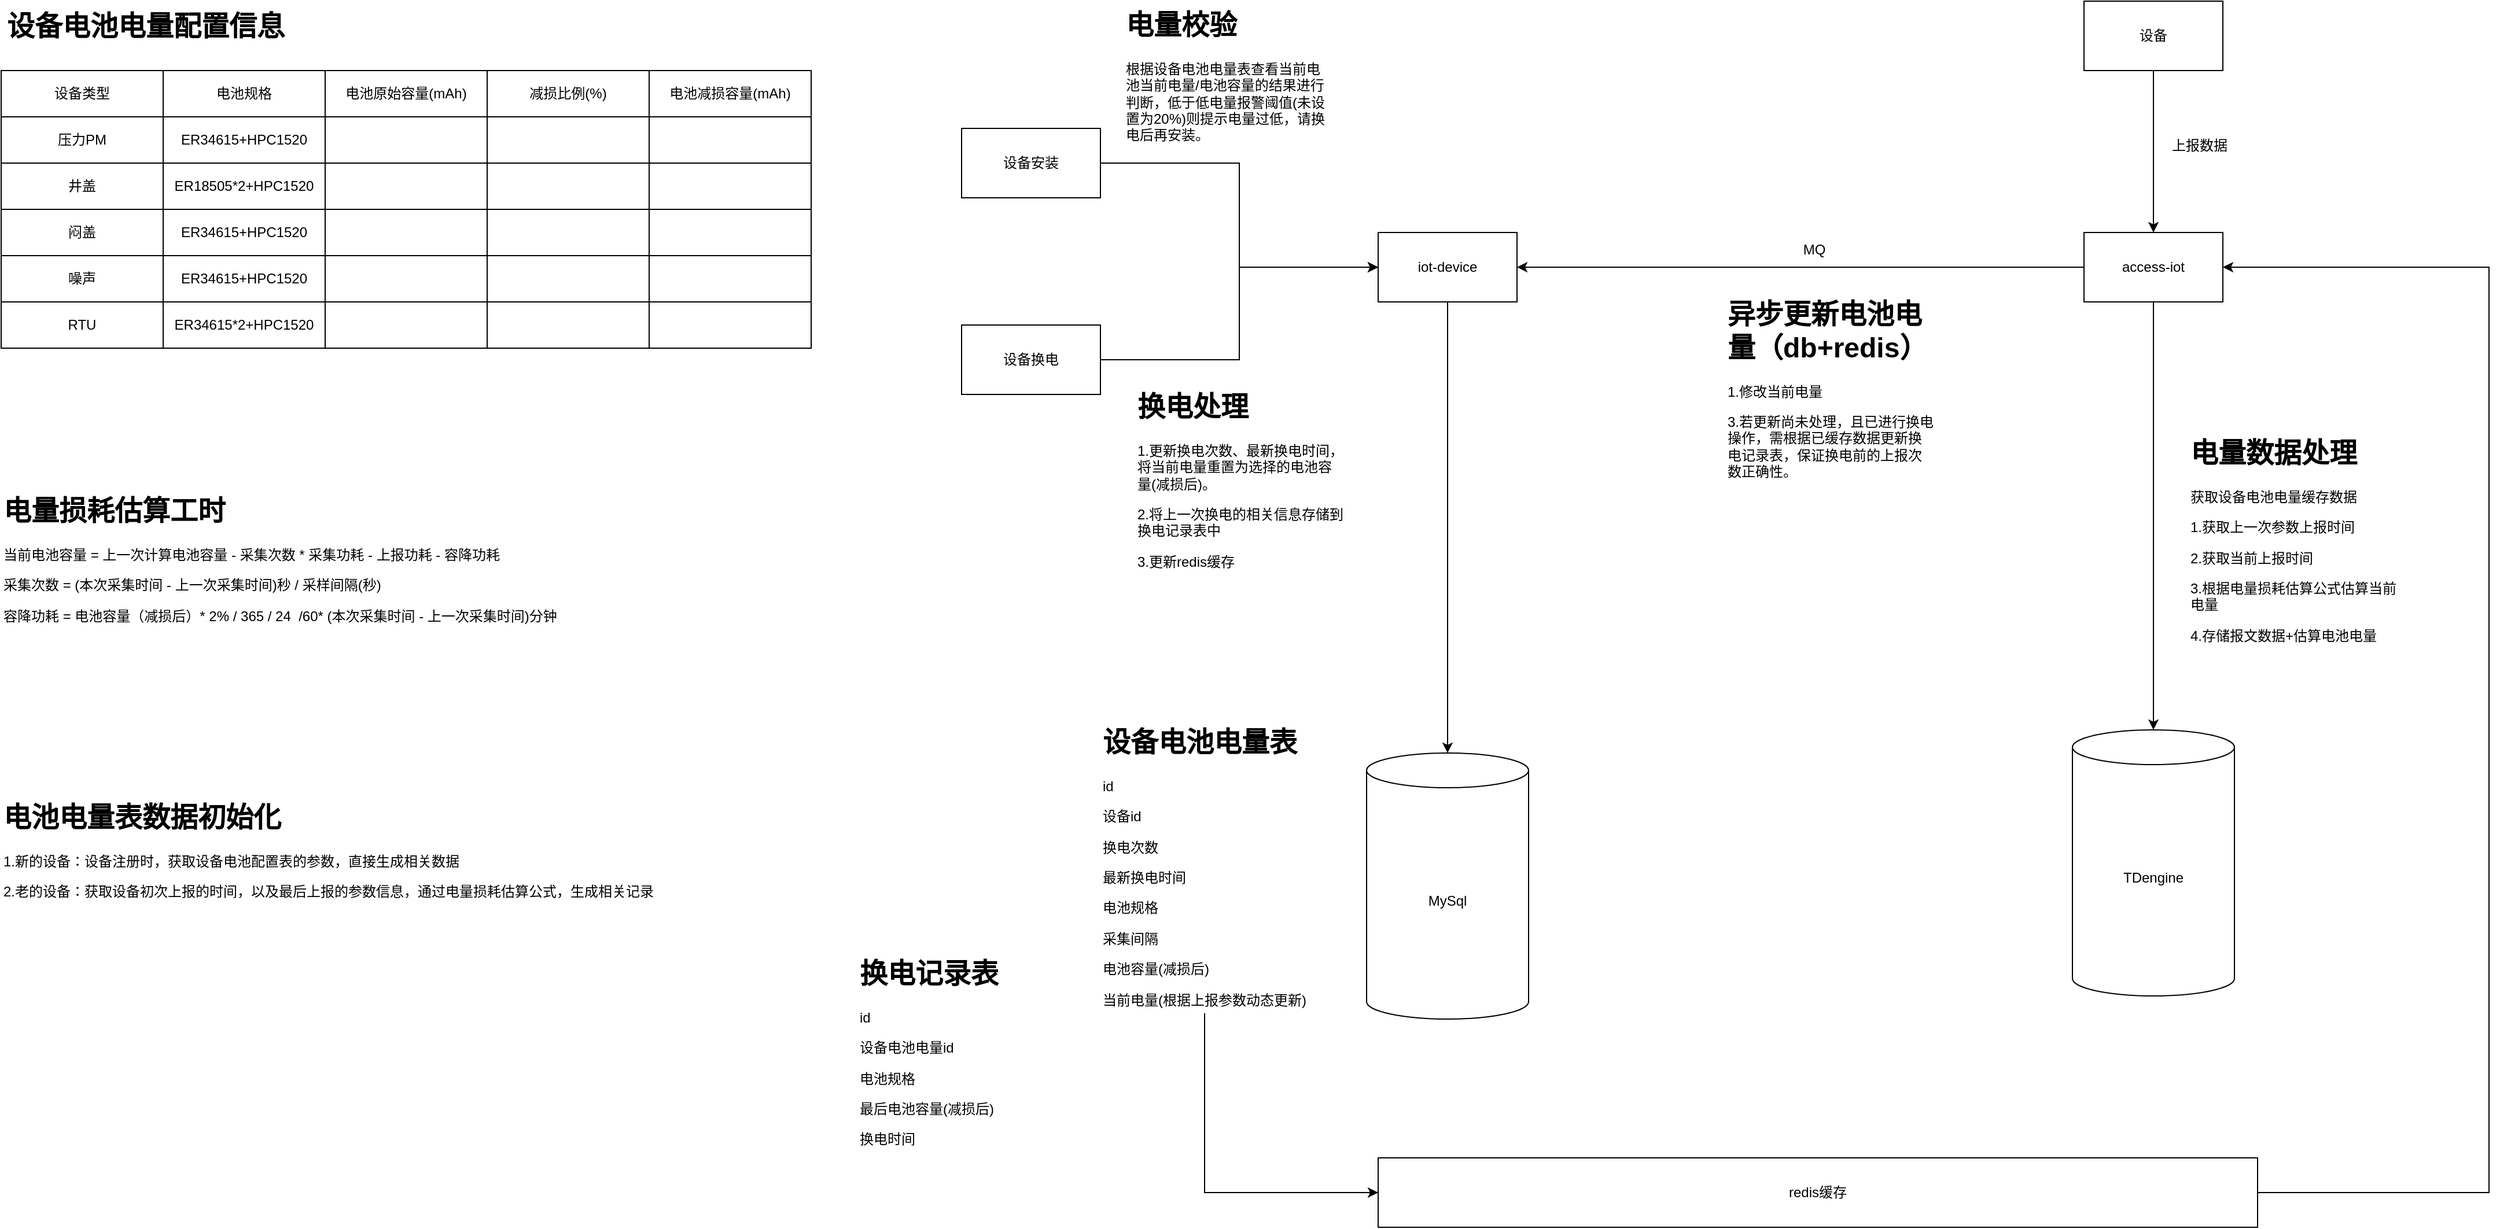
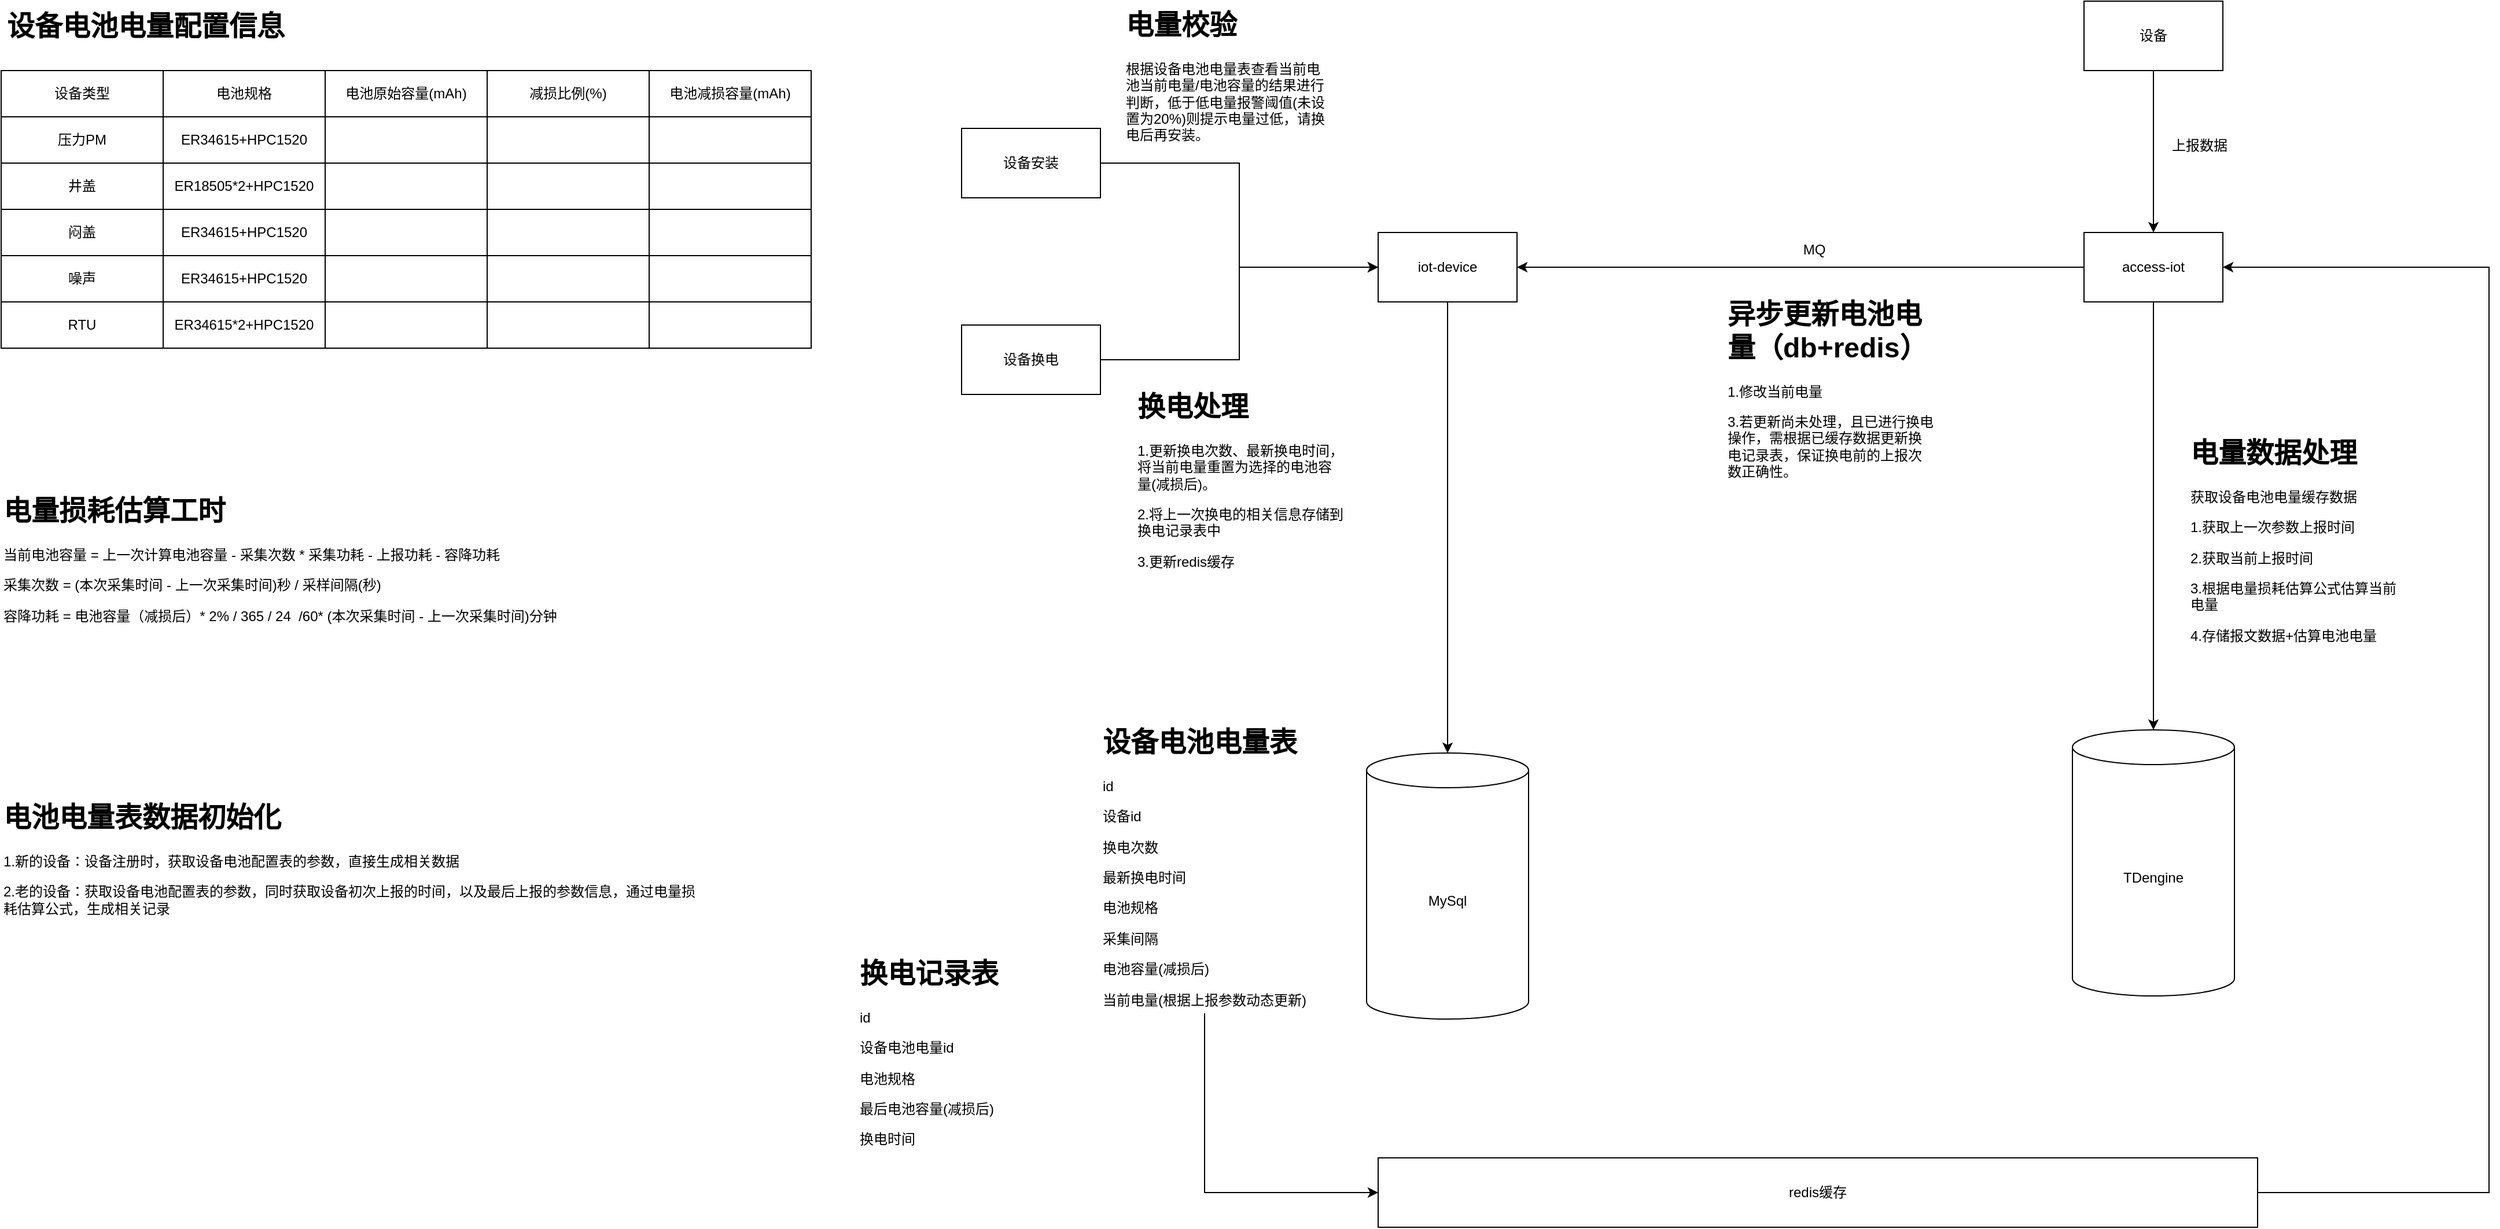
<mxfile host="app.diagrams.net">
  <diagram name="第 1 页" id="CJTt0Y1e_nSTC3EHAazc">
    <mxGraphModel dx="2046" dy="1106" grid="1" gridSize="10" guides="1" tooltips="1" connect="1" arrows="1" fold="1" page="1" pageScale="1" pageWidth="827" pageHeight="1169" math="0" shadow="0">
      <root>
        <mxCell id="0" />
        <mxCell id="1" parent="0" />
        <mxCell id="PJUP-OBpyC3OTBr9TddZ-1" edge="1" parent="1" source="PJUP-OBpyC3OTBr9TddZ-2" style="edgeStyle=orthogonalEdgeStyle;rounded=0;orthogonalLoop=1;jettySize=auto;html=1;exitX=0.5;exitY=1;exitDx=0;exitDy=0;" target="PJUP-OBpyC3OTBr9TddZ-6">
          <mxGeometry relative="1" as="geometry" />
        </mxCell>
        <mxCell id="PJUP-OBpyC3OTBr9TddZ-2" parent="1" style="rounded=0;whiteSpace=wrap;html=1;" value="iot-device" vertex="1">
          <mxGeometry height="60" width="120" x="1560" y="530" as="geometry" />
        </mxCell>
        <mxCell id="PJUP-OBpyC3OTBr9TddZ-3" edge="1" parent="1" source="PJUP-OBpyC3OTBr9TddZ-5" style="edgeStyle=orthogonalEdgeStyle;rounded=0;orthogonalLoop=1;jettySize=auto;html=1;exitX=0;exitY=0.5;exitDx=0;exitDy=0;entryX=1;entryY=0.5;entryDx=0;entryDy=0;" target="PJUP-OBpyC3OTBr9TddZ-2">
          <mxGeometry relative="1" as="geometry" />
        </mxCell>
        <mxCell id="PJUP-OBpyC3OTBr9TddZ-4" edge="1" parent="1" source="PJUP-OBpyC3OTBr9TddZ-5" style="edgeStyle=orthogonalEdgeStyle;rounded=0;orthogonalLoop=1;jettySize=auto;html=1;exitX=0.5;exitY=1;exitDx=0;exitDy=0;" target="PJUP-OBpyC3OTBr9TddZ-7">
          <mxGeometry relative="1" as="geometry" />
        </mxCell>
        <mxCell id="PJUP-OBpyC3OTBr9TddZ-5" parent="1" style="rounded=0;whiteSpace=wrap;html=1;" value="access-iot" vertex="1">
          <mxGeometry height="60" width="120" x="2170" y="530" as="geometry" />
        </mxCell>
        <mxCell id="PJUP-OBpyC3OTBr9TddZ-6" parent="1" style="shape=cylinder3;whiteSpace=wrap;html=1;boundedLbl=1;backgroundOutline=1;size=15;" value="MySql" vertex="1">
          <mxGeometry height="230" width="140" x="1550" y="980" as="geometry" />
        </mxCell>
        <mxCell id="PJUP-OBpyC3OTBr9TddZ-7" parent="1" style="shape=cylinder3;whiteSpace=wrap;html=1;boundedLbl=1;backgroundOutline=1;size=15;" value="TDengine" vertex="1">
          <mxGeometry height="230" width="140" x="2160" y="960" as="geometry" />
        </mxCell>
        <mxCell id="PJUP-OBpyC3OTBr9TddZ-8" parent="1" style="text;html=1;whiteSpace=wrap;strokeColor=none;fillColor=none;align=center;verticalAlign=middle;rounded=0;" value="MQ" vertex="1">
          <mxGeometry height="30" width="60" x="1907" y="530" as="geometry" />
        </mxCell>
        <mxCell id="PJUP-OBpyC3OTBr9TddZ-9" edge="1" parent="1" source="PJUP-OBpyC3OTBr9TddZ-10" style="edgeStyle=orthogonalEdgeStyle;rounded=0;orthogonalLoop=1;jettySize=auto;html=1;exitX=0.5;exitY=1;exitDx=0;exitDy=0;entryX=0;entryY=0.5;entryDx=0;entryDy=0;" target="PJUP-OBpyC3OTBr9TddZ-12">
          <mxGeometry relative="1" as="geometry" />
        </mxCell>
        <mxCell id="PJUP-OBpyC3OTBr9TddZ-10" parent="1" style="text;html=1;whiteSpace=wrap;overflow=hidden;rounded=0;" value="&lt;h1 style=&quot;margin-top: 0px;&quot;&gt;设备电池电量表&lt;/h1&gt;&lt;p&gt;id&lt;/p&gt;&lt;p&gt;设备id&lt;/p&gt;&lt;p&gt;换电次数&lt;/p&gt;&lt;p&gt;最新换电时间&lt;/p&gt;&lt;p&gt;电池规格&lt;/p&gt;&lt;p&gt;采集间隔&lt;/p&gt;&lt;p&gt;电池容量(减损后)&lt;/p&gt;&lt;p&gt;当前电量(&lt;span style=&quot;background-color: transparent; color: light-dark(rgb(0, 0, 0), rgb(255, 255, 255));&quot;&gt;根据上报参数动态更新&lt;/span&gt;&lt;span style=&quot;background-color: transparent; color: light-dark(rgb(0, 0, 0), rgb(255, 255, 255));&quot;&gt;)&lt;/span&gt;&lt;/p&gt;" vertex="1">
          <mxGeometry height="255" width="180" x="1320" y="950" as="geometry" />
        </mxCell>
        <mxCell id="PJUP-OBpyC3OTBr9TddZ-11" edge="1" parent="1" source="PJUP-OBpyC3OTBr9TddZ-12" style="edgeStyle=orthogonalEdgeStyle;rounded=0;orthogonalLoop=1;jettySize=auto;html=1;exitX=1;exitY=0.5;exitDx=0;exitDy=0;entryX=1;entryY=0.5;entryDx=0;entryDy=0;" target="PJUP-OBpyC3OTBr9TddZ-5">
          <mxGeometry relative="1" as="geometry">
            <Array as="points">
              <mxPoint x="2520" y="1360" />
              <mxPoint x="2520" y="560" />
            </Array>
          </mxGeometry>
        </mxCell>
        <mxCell id="PJUP-OBpyC3OTBr9TddZ-12" parent="1" style="rounded=0;whiteSpace=wrap;html=1;" value="redis缓存" vertex="1">
          <mxGeometry height="60" width="760" x="1560" y="1330" as="geometry" />
        </mxCell>
        <mxCell id="PJUP-OBpyC3OTBr9TddZ-13" edge="1" parent="1" source="PJUP-OBpyC3OTBr9TddZ-14" style="edgeStyle=orthogonalEdgeStyle;rounded=0;orthogonalLoop=1;jettySize=auto;html=1;exitX=0.5;exitY=1;exitDx=0;exitDy=0;entryX=0.5;entryY=0;entryDx=0;entryDy=0;" target="PJUP-OBpyC3OTBr9TddZ-5">
          <mxGeometry relative="1" as="geometry" />
        </mxCell>
        <mxCell id="PJUP-OBpyC3OTBr9TddZ-14" parent="1" style="rounded=0;whiteSpace=wrap;html=1;" value="设备" vertex="1">
          <mxGeometry height="60" width="120" x="2170" y="330" as="geometry" />
        </mxCell>
        <mxCell id="PJUP-OBpyC3OTBr9TddZ-15" parent="1" style="text;html=1;whiteSpace=wrap;strokeColor=none;fillColor=none;align=center;verticalAlign=middle;rounded=0;" value="上报数据" vertex="1">
          <mxGeometry height="30" width="60" x="2240" y="440" as="geometry" />
        </mxCell>
        <mxCell id="PJUP-OBpyC3OTBr9TddZ-16" parent="1" style="text;html=1;whiteSpace=wrap;overflow=hidden;rounded=0;" value="&lt;h1 style=&quot;margin-top: 0px;&quot;&gt;电量数据处理&lt;/h1&gt;&lt;p&gt;获取设备电池电量缓存数据&lt;/p&gt;&lt;p&gt;1.获取上一次参数上报时间&lt;/p&gt;&lt;p&gt;2.获取当前上报时间&lt;/p&gt;&lt;p&gt;3.根据电量损耗估算公式估算当前电量&lt;/p&gt;&lt;p&gt;4.存储报文数据+估算电池电量&lt;/p&gt;&lt;p&gt;&lt;br&gt;&lt;/p&gt;&lt;p&gt;&lt;br&gt;&lt;/p&gt;" vertex="1">
          <mxGeometry height="250" width="180" x="2260" y="700" as="geometry" />
        </mxCell>
        <mxCell id="PJUP-OBpyC3OTBr9TddZ-17" edge="1" parent="1" source="PJUP-OBpyC3OTBr9TddZ-18" style="edgeStyle=orthogonalEdgeStyle;rounded=0;orthogonalLoop=1;jettySize=auto;html=1;exitX=1;exitY=0.5;exitDx=0;exitDy=0;entryX=0;entryY=0.5;entryDx=0;entryDy=0;" target="PJUP-OBpyC3OTBr9TddZ-2">
          <mxGeometry relative="1" as="geometry" />
        </mxCell>
        <mxCell id="PJUP-OBpyC3OTBr9TddZ-18" parent="1" style="rounded=0;whiteSpace=wrap;html=1;" value="设备安装" vertex="1">
          <mxGeometry height="60" width="120" x="1200" y="440" as="geometry" />
        </mxCell>
        <mxCell id="PJUP-OBpyC3OTBr9TddZ-19" edge="1" parent="1" source="PJUP-OBpyC3OTBr9TddZ-20" style="edgeStyle=orthogonalEdgeStyle;rounded=0;orthogonalLoop=1;jettySize=auto;html=1;exitX=1;exitY=0.5;exitDx=0;exitDy=0;entryX=0;entryY=0.5;entryDx=0;entryDy=0;" target="PJUP-OBpyC3OTBr9TddZ-2">
          <mxGeometry relative="1" as="geometry" />
        </mxCell>
        <mxCell id="PJUP-OBpyC3OTBr9TddZ-20" parent="1" style="rounded=0;whiteSpace=wrap;html=1;" value="设备换电" vertex="1">
          <mxGeometry height="60" width="120" x="1200" y="610" as="geometry" />
        </mxCell>
        <mxCell id="PJUP-OBpyC3OTBr9TddZ-21" parent="1" style="text;html=1;whiteSpace=wrap;overflow=hidden;rounded=0;" value="&lt;h1 style=&quot;margin-top: 0px;&quot;&gt;电量校验&lt;/h1&gt;&lt;p&gt;根据设备电池电量表查看当前电池当前电量/电池容量的结果进行判断，低于低电量报警阈值&lt;span style=&quot;background-color: transparent; color: light-dark(rgb(0, 0, 0), rgb(255, 255, 255));&quot;&gt;(未设置为20%)&lt;/span&gt;&lt;span style=&quot;background-color: transparent; color: light-dark(rgb(0, 0, 0), rgb(255, 255, 255));&quot;&gt;则提示电量过低，请换电后再安装。&lt;/span&gt;&lt;/p&gt;" vertex="1">
          <mxGeometry height="150" width="180" x="1340" y="330" as="geometry" />
        </mxCell>
        <mxCell id="PJUP-OBpyC3OTBr9TddZ-22" parent="1" style="text;html=1;whiteSpace=wrap;overflow=hidden;rounded=0;" value="&lt;h1 style=&quot;margin-top: 0px;&quot;&gt;换电处理&lt;/h1&gt;&lt;p&gt;1.更新换电次数、最新换电时间，将当前电量重置为选择的电池容量(减损后)。&lt;/p&gt;&lt;p&gt;2.将上一次换电的相关信息存储到换电记录表中&lt;/p&gt;&lt;p&gt;3.更新redis缓存&lt;/p&gt;" vertex="1">
          <mxGeometry height="180" width="180" x="1350" y="660" as="geometry" />
        </mxCell>
        <mxCell id="PJUP-OBpyC3OTBr9TddZ-23" parent="1" style="text;html=1;whiteSpace=wrap;overflow=hidden;rounded=0;" value="&lt;h1 style=&quot;margin-top: 0px;&quot;&gt;换电记录表&lt;/h1&gt;&lt;p&gt;id&lt;/p&gt;&lt;p&gt;设备电池电量id&lt;/p&gt;&lt;p&gt;电池规格&lt;/p&gt;&lt;p&gt;最后电池容量(减损后)&lt;/p&gt;&lt;p&gt;换电时间&lt;/p&gt;" vertex="1">
          <mxGeometry height="210" width="180" x="1110" y="1150" as="geometry" />
        </mxCell>
        <mxCell id="PJUP-OBpyC3OTBr9TddZ-24" parent="1" style="text;html=1;whiteSpace=wrap;overflow=hidden;rounded=0;" value="&lt;h1 style=&quot;margin-top: 0px;&quot;&gt;异步更新电池电量（db+redis）&lt;/h1&gt;&lt;p&gt;1.修改当前电量&lt;/p&gt;&lt;p&gt;3.若更新尚未处理，且已进行换电操作，需根据已缓存数据更新换电记录表，保证换电前的上报次数正确性。&lt;/p&gt;&lt;p&gt;&lt;br&gt;&lt;/p&gt;" vertex="1">
          <mxGeometry height="310" width="180" x="1860" y="580" as="geometry" />
        </mxCell>
        <mxCell id="PJUP-OBpyC3OTBr9TddZ-25" parent="1" style="shape=table;startSize=0;container=1;collapsible=0;childLayout=tableLayout;fixedHeader=1;" value="" vertex="1">
          <mxGeometry height="240" width="700" x="370" y="390" as="geometry" />
        </mxCell>
        <mxCell id="PJUP-OBpyC3OTBr9TddZ-26" parent="PJUP-OBpyC3OTBr9TddZ-25" style="shape=tableRow;horizontal=0;startSize=0;swimlaneHead=0;swimlaneBody=0;strokeColor=inherit;top=0;left=0;bottom=0;right=0;collapsible=0;dropTarget=0;fillColor=none;points=[[0,0.5],[1,0.5]];portConstraint=eastwest;fixedHeader=1;" value="" vertex="1">
          <mxGeometry height="40" width="700" as="geometry" />
        </mxCell>
        <mxCell id="PJUP-OBpyC3OTBr9TddZ-27" parent="PJUP-OBpyC3OTBr9TddZ-26" style="shape=partialRectangle;html=1;whiteSpace=wrap;connectable=0;strokeColor=inherit;overflow=hidden;fillColor=none;top=0;left=0;bottom=0;right=0;pointerEvents=1;" value="设备类型" vertex="1">
          <mxGeometry height="40" width="140" as="geometry">
            <mxRectangle height="40" width="140" as="alternateBounds" />
          </mxGeometry>
        </mxCell>
        <mxCell id="PJUP-OBpyC3OTBr9TddZ-28" parent="PJUP-OBpyC3OTBr9TddZ-26" style="shape=partialRectangle;html=1;whiteSpace=wrap;connectable=0;strokeColor=inherit;overflow=hidden;fillColor=none;top=0;left=0;bottom=0;right=0;pointerEvents=1;" value="电池规格" vertex="1">
          <mxGeometry height="40" width="140" x="140" as="geometry">
            <mxRectangle height="40" width="140" as="alternateBounds" />
          </mxGeometry>
        </mxCell>
        <mxCell id="PJUP-OBpyC3OTBr9TddZ-29" parent="PJUP-OBpyC3OTBr9TddZ-26" style="shape=partialRectangle;html=1;whiteSpace=wrap;connectable=0;strokeColor=inherit;overflow=hidden;fillColor=none;top=0;left=0;bottom=0;right=0;pointerEvents=1;" value="电池原始容量(mAh)" vertex="1">
          <mxGeometry height="40" width="140" x="280" as="geometry">
            <mxRectangle height="40" width="140" as="alternateBounds" />
          </mxGeometry>
        </mxCell>
        <mxCell id="PJUP-OBpyC3OTBr9TddZ-50" parent="PJUP-OBpyC3OTBr9TddZ-26" style="shape=partialRectangle;html=1;whiteSpace=wrap;connectable=0;strokeColor=inherit;overflow=hidden;fillColor=none;top=0;left=0;bottom=0;right=0;pointerEvents=1;" value="减损比例(%)" vertex="1">
          <mxGeometry height="40" width="140" x="420" as="geometry">
            <mxRectangle height="40" width="140" as="alternateBounds" />
          </mxGeometry>
        </mxCell>
        <mxCell id="PJUP-OBpyC3OTBr9TddZ-56" parent="PJUP-OBpyC3OTBr9TddZ-26" style="shape=partialRectangle;html=1;whiteSpace=wrap;connectable=0;strokeColor=inherit;overflow=hidden;fillColor=none;top=0;left=0;bottom=0;right=0;pointerEvents=1;" value="电池减损容量(mAh)" vertex="1">
          <mxGeometry height="40" width="140" x="560" as="geometry">
            <mxRectangle height="40" width="140" as="alternateBounds" />
          </mxGeometry>
        </mxCell>
        <mxCell id="PJUP-OBpyC3OTBr9TddZ-30" parent="PJUP-OBpyC3OTBr9TddZ-25" style="shape=tableRow;horizontal=0;startSize=0;swimlaneHead=0;swimlaneBody=0;strokeColor=inherit;top=0;left=0;bottom=0;right=0;collapsible=0;dropTarget=0;fillColor=none;points=[[0,0.5],[1,0.5]];portConstraint=eastwest;fixedHeader=1;" value="" vertex="1">
          <mxGeometry height="40" width="700" y="40" as="geometry" />
        </mxCell>
        <mxCell id="PJUP-OBpyC3OTBr9TddZ-31" parent="PJUP-OBpyC3OTBr9TddZ-30" style="shape=partialRectangle;html=1;whiteSpace=wrap;connectable=0;strokeColor=inherit;overflow=hidden;fillColor=none;top=0;left=0;bottom=0;right=0;pointerEvents=1;" value="压力PM" vertex="1">
          <mxGeometry height="40" width="140" as="geometry">
            <mxRectangle height="40" width="140" as="alternateBounds" />
          </mxGeometry>
        </mxCell>
        <mxCell id="PJUP-OBpyC3OTBr9TddZ-32" parent="PJUP-OBpyC3OTBr9TddZ-30" style="shape=partialRectangle;html=1;whiteSpace=wrap;connectable=0;strokeColor=inherit;overflow=hidden;fillColor=none;top=0;left=0;bottom=0;right=0;pointerEvents=1;" value="ER34615+HPC1520" vertex="1">
          <mxGeometry height="40" width="140" x="140" as="geometry">
            <mxRectangle height="40" width="140" as="alternateBounds" />
          </mxGeometry>
        </mxCell>
        <mxCell id="PJUP-OBpyC3OTBr9TddZ-33" parent="PJUP-OBpyC3OTBr9TddZ-30" style="shape=partialRectangle;html=1;whiteSpace=wrap;connectable=0;strokeColor=inherit;overflow=hidden;fillColor=none;top=0;left=0;bottom=0;right=0;pointerEvents=1;" value="" vertex="1">
          <mxGeometry height="40" width="140" x="280" as="geometry">
            <mxRectangle height="40" width="140" as="alternateBounds" />
          </mxGeometry>
        </mxCell>
        <mxCell id="PJUP-OBpyC3OTBr9TddZ-51" parent="PJUP-OBpyC3OTBr9TddZ-30" style="shape=partialRectangle;html=1;whiteSpace=wrap;connectable=0;strokeColor=inherit;overflow=hidden;fillColor=none;top=0;left=0;bottom=0;right=0;pointerEvents=1;" vertex="1">
          <mxGeometry height="40" width="140" x="420" as="geometry">
            <mxRectangle height="40" width="140" as="alternateBounds" />
          </mxGeometry>
        </mxCell>
        <mxCell id="PJUP-OBpyC3OTBr9TddZ-57" parent="PJUP-OBpyC3OTBr9TddZ-30" style="shape=partialRectangle;html=1;whiteSpace=wrap;connectable=0;strokeColor=inherit;overflow=hidden;fillColor=none;top=0;left=0;bottom=0;right=0;pointerEvents=1;" vertex="1">
          <mxGeometry height="40" width="140" x="560" as="geometry">
            <mxRectangle height="40" width="140" as="alternateBounds" />
          </mxGeometry>
        </mxCell>
        <mxCell id="PJUP-OBpyC3OTBr9TddZ-34" parent="PJUP-OBpyC3OTBr9TddZ-25" style="shape=tableRow;horizontal=0;startSize=0;swimlaneHead=0;swimlaneBody=0;strokeColor=inherit;top=0;left=0;bottom=0;right=0;collapsible=0;dropTarget=0;fillColor=none;points=[[0,0.5],[1,0.5]];portConstraint=eastwest;fixedHeader=1;" value="" vertex="1">
          <mxGeometry height="40" width="700" y="80" as="geometry" />
        </mxCell>
        <mxCell id="PJUP-OBpyC3OTBr9TddZ-35" parent="PJUP-OBpyC3OTBr9TddZ-34" style="shape=partialRectangle;html=1;whiteSpace=wrap;connectable=0;strokeColor=inherit;overflow=hidden;fillColor=none;top=0;left=0;bottom=0;right=0;pointerEvents=1;" value="井盖" vertex="1">
          <mxGeometry height="40" width="140" as="geometry">
            <mxRectangle height="40" width="140" as="alternateBounds" />
          </mxGeometry>
        </mxCell>
        <mxCell id="PJUP-OBpyC3OTBr9TddZ-36" parent="PJUP-OBpyC3OTBr9TddZ-34" style="shape=partialRectangle;html=1;whiteSpace=wrap;connectable=0;strokeColor=inherit;overflow=hidden;fillColor=none;top=0;left=0;bottom=0;right=0;pointerEvents=1;" value="ER18505*2+HPC1520" vertex="1">
          <mxGeometry height="40" width="140" x="140" as="geometry">
            <mxRectangle height="40" width="140" as="alternateBounds" />
          </mxGeometry>
        </mxCell>
        <mxCell id="PJUP-OBpyC3OTBr9TddZ-37" parent="PJUP-OBpyC3OTBr9TddZ-34" style="shape=partialRectangle;html=1;whiteSpace=wrap;connectable=0;strokeColor=inherit;overflow=hidden;fillColor=none;top=0;left=0;bottom=0;right=0;pointerEvents=1;" value="" vertex="1">
          <mxGeometry height="40" width="140" x="280" as="geometry">
            <mxRectangle height="40" width="140" as="alternateBounds" />
          </mxGeometry>
        </mxCell>
        <mxCell id="PJUP-OBpyC3OTBr9TddZ-52" parent="PJUP-OBpyC3OTBr9TddZ-34" style="shape=partialRectangle;html=1;whiteSpace=wrap;connectable=0;strokeColor=inherit;overflow=hidden;fillColor=none;top=0;left=0;bottom=0;right=0;pointerEvents=1;" vertex="1">
          <mxGeometry height="40" width="140" x="420" as="geometry">
            <mxRectangle height="40" width="140" as="alternateBounds" />
          </mxGeometry>
        </mxCell>
        <mxCell id="PJUP-OBpyC3OTBr9TddZ-58" parent="PJUP-OBpyC3OTBr9TddZ-34" style="shape=partialRectangle;html=1;whiteSpace=wrap;connectable=0;strokeColor=inherit;overflow=hidden;fillColor=none;top=0;left=0;bottom=0;right=0;pointerEvents=1;" vertex="1">
          <mxGeometry height="40" width="140" x="560" as="geometry">
            <mxRectangle height="40" width="140" as="alternateBounds" />
          </mxGeometry>
        </mxCell>
        <mxCell id="PJUP-OBpyC3OTBr9TddZ-38" parent="PJUP-OBpyC3OTBr9TddZ-25" style="shape=tableRow;horizontal=0;startSize=0;swimlaneHead=0;swimlaneBody=0;strokeColor=inherit;top=0;left=0;bottom=0;right=0;collapsible=0;dropTarget=0;fillColor=none;points=[[0,0.5],[1,0.5]];portConstraint=eastwest;fixedHeader=1;" value="" vertex="1">
          <mxGeometry height="40" width="700" y="120" as="geometry" />
        </mxCell>
        <mxCell id="PJUP-OBpyC3OTBr9TddZ-39" parent="PJUP-OBpyC3OTBr9TddZ-38" style="shape=partialRectangle;html=1;whiteSpace=wrap;connectable=0;strokeColor=inherit;overflow=hidden;fillColor=none;top=0;left=0;bottom=0;right=0;pointerEvents=1;" value="闷盖" vertex="1">
          <mxGeometry height="40" width="140" as="geometry">
            <mxRectangle height="40" width="140" as="alternateBounds" />
          </mxGeometry>
        </mxCell>
        <mxCell id="PJUP-OBpyC3OTBr9TddZ-40" parent="PJUP-OBpyC3OTBr9TddZ-38" style="shape=partialRectangle;html=1;whiteSpace=wrap;connectable=0;strokeColor=inherit;overflow=hidden;fillColor=none;top=0;left=0;bottom=0;right=0;pointerEvents=1;" value="ER34615+HPC1520" vertex="1">
          <mxGeometry height="40" width="140" x="140" as="geometry">
            <mxRectangle height="40" width="140" as="alternateBounds" />
          </mxGeometry>
        </mxCell>
        <mxCell id="PJUP-OBpyC3OTBr9TddZ-41" parent="PJUP-OBpyC3OTBr9TddZ-38" style="shape=partialRectangle;html=1;whiteSpace=wrap;connectable=0;strokeColor=inherit;overflow=hidden;fillColor=none;top=0;left=0;bottom=0;right=0;pointerEvents=1;" value="" vertex="1">
          <mxGeometry height="40" width="140" x="280" as="geometry">
            <mxRectangle height="40" width="140" as="alternateBounds" />
          </mxGeometry>
        </mxCell>
        <mxCell id="PJUP-OBpyC3OTBr9TddZ-53" parent="PJUP-OBpyC3OTBr9TddZ-38" style="shape=partialRectangle;html=1;whiteSpace=wrap;connectable=0;strokeColor=inherit;overflow=hidden;fillColor=none;top=0;left=0;bottom=0;right=0;pointerEvents=1;" vertex="1">
          <mxGeometry height="40" width="140" x="420" as="geometry">
            <mxRectangle height="40" width="140" as="alternateBounds" />
          </mxGeometry>
        </mxCell>
        <mxCell id="PJUP-OBpyC3OTBr9TddZ-59" parent="PJUP-OBpyC3OTBr9TddZ-38" style="shape=partialRectangle;html=1;whiteSpace=wrap;connectable=0;strokeColor=inherit;overflow=hidden;fillColor=none;top=0;left=0;bottom=0;right=0;pointerEvents=1;" vertex="1">
          <mxGeometry height="40" width="140" x="560" as="geometry">
            <mxRectangle height="40" width="140" as="alternateBounds" />
          </mxGeometry>
        </mxCell>
        <mxCell id="PJUP-OBpyC3OTBr9TddZ-42" parent="PJUP-OBpyC3OTBr9TddZ-25" style="shape=tableRow;horizontal=0;startSize=0;swimlaneHead=0;swimlaneBody=0;strokeColor=inherit;top=0;left=0;bottom=0;right=0;collapsible=0;dropTarget=0;fillColor=none;points=[[0,0.5],[1,0.5]];portConstraint=eastwest;fixedHeader=1;" value="" vertex="1">
          <mxGeometry height="40" width="700" y="160" as="geometry" />
        </mxCell>
        <mxCell id="PJUP-OBpyC3OTBr9TddZ-43" parent="PJUP-OBpyC3OTBr9TddZ-42" style="shape=partialRectangle;html=1;whiteSpace=wrap;connectable=0;strokeColor=inherit;overflow=hidden;fillColor=none;top=0;left=0;bottom=0;right=0;pointerEvents=1;" value="噪声" vertex="1">
          <mxGeometry height="40" width="140" as="geometry">
            <mxRectangle height="40" width="140" as="alternateBounds" />
          </mxGeometry>
        </mxCell>
        <mxCell id="PJUP-OBpyC3OTBr9TddZ-44" parent="PJUP-OBpyC3OTBr9TddZ-42" style="shape=partialRectangle;html=1;whiteSpace=wrap;connectable=0;strokeColor=inherit;overflow=hidden;fillColor=none;top=0;left=0;bottom=0;right=0;pointerEvents=1;" value="ER34615+HPC1520" vertex="1">
          <mxGeometry height="40" width="140" x="140" as="geometry">
            <mxRectangle height="40" width="140" as="alternateBounds" />
          </mxGeometry>
        </mxCell>
        <mxCell id="PJUP-OBpyC3OTBr9TddZ-45" parent="PJUP-OBpyC3OTBr9TddZ-42" style="shape=partialRectangle;html=1;whiteSpace=wrap;connectable=0;strokeColor=inherit;overflow=hidden;fillColor=none;top=0;left=0;bottom=0;right=0;pointerEvents=1;" value="" vertex="1">
          <mxGeometry height="40" width="140" x="280" as="geometry">
            <mxRectangle height="40" width="140" as="alternateBounds" />
          </mxGeometry>
        </mxCell>
        <mxCell id="PJUP-OBpyC3OTBr9TddZ-54" parent="PJUP-OBpyC3OTBr9TddZ-42" style="shape=partialRectangle;html=1;whiteSpace=wrap;connectable=0;strokeColor=inherit;overflow=hidden;fillColor=none;top=0;left=0;bottom=0;right=0;pointerEvents=1;" vertex="1">
          <mxGeometry height="40" width="140" x="420" as="geometry">
            <mxRectangle height="40" width="140" as="alternateBounds" />
          </mxGeometry>
        </mxCell>
        <mxCell id="PJUP-OBpyC3OTBr9TddZ-60" parent="PJUP-OBpyC3OTBr9TddZ-42" style="shape=partialRectangle;html=1;whiteSpace=wrap;connectable=0;strokeColor=inherit;overflow=hidden;fillColor=none;top=0;left=0;bottom=0;right=0;pointerEvents=1;" vertex="1">
          <mxGeometry height="40" width="140" x="560" as="geometry">
            <mxRectangle height="40" width="140" as="alternateBounds" />
          </mxGeometry>
        </mxCell>
        <mxCell id="PJUP-OBpyC3OTBr9TddZ-46" parent="PJUP-OBpyC3OTBr9TddZ-25" style="shape=tableRow;horizontal=0;startSize=0;swimlaneHead=0;swimlaneBody=0;strokeColor=inherit;top=0;left=0;bottom=0;right=0;collapsible=0;dropTarget=0;fillColor=none;points=[[0,0.5],[1,0.5]];portConstraint=eastwest;fixedHeader=1;" vertex="1">
          <mxGeometry height="40" width="700" y="200" as="geometry" />
        </mxCell>
        <mxCell id="PJUP-OBpyC3OTBr9TddZ-47" parent="PJUP-OBpyC3OTBr9TddZ-46" style="shape=partialRectangle;html=1;whiteSpace=wrap;connectable=0;strokeColor=inherit;overflow=hidden;fillColor=none;top=0;left=0;bottom=0;right=0;pointerEvents=1;" value="RTU" vertex="1">
          <mxGeometry height="40" width="140" as="geometry">
            <mxRectangle height="40" width="140" as="alternateBounds" />
          </mxGeometry>
        </mxCell>
        <mxCell id="PJUP-OBpyC3OTBr9TddZ-48" parent="PJUP-OBpyC3OTBr9TddZ-46" style="shape=partialRectangle;html=1;whiteSpace=wrap;connectable=0;strokeColor=inherit;overflow=hidden;fillColor=none;top=0;left=0;bottom=0;right=0;pointerEvents=1;" value="ER34615*2+HPC1520" vertex="1">
          <mxGeometry height="40" width="140" x="140" as="geometry">
            <mxRectangle height="40" width="140" as="alternateBounds" />
          </mxGeometry>
        </mxCell>
        <mxCell id="PJUP-OBpyC3OTBr9TddZ-49" parent="PJUP-OBpyC3OTBr9TddZ-46" style="shape=partialRectangle;html=1;whiteSpace=wrap;connectable=0;strokeColor=inherit;overflow=hidden;fillColor=none;top=0;left=0;bottom=0;right=0;pointerEvents=1;" vertex="1">
          <mxGeometry height="40" width="140" x="280" as="geometry">
            <mxRectangle height="40" width="140" as="alternateBounds" />
          </mxGeometry>
        </mxCell>
        <mxCell id="PJUP-OBpyC3OTBr9TddZ-55" parent="PJUP-OBpyC3OTBr9TddZ-46" style="shape=partialRectangle;html=1;whiteSpace=wrap;connectable=0;strokeColor=inherit;overflow=hidden;fillColor=none;top=0;left=0;bottom=0;right=0;pointerEvents=1;" vertex="1">
          <mxGeometry height="40" width="140" x="420" as="geometry">
            <mxRectangle height="40" width="140" as="alternateBounds" />
          </mxGeometry>
        </mxCell>
        <mxCell id="PJUP-OBpyC3OTBr9TddZ-61" parent="PJUP-OBpyC3OTBr9TddZ-46" style="shape=partialRectangle;html=1;whiteSpace=wrap;connectable=0;strokeColor=inherit;overflow=hidden;fillColor=none;top=0;left=0;bottom=0;right=0;pointerEvents=1;" vertex="1">
          <mxGeometry height="40" width="140" x="560" as="geometry">
            <mxRectangle height="40" width="140" as="alternateBounds" />
          </mxGeometry>
        </mxCell>
        <mxCell id="PJUP-OBpyC3OTBr9TddZ-62" parent="1" style="text;html=1;whiteSpace=wrap;overflow=hidden;rounded=0;" value="&lt;h1 style=&quot;margin-top: 0px;&quot;&gt;电量损耗估算工时&lt;/h1&gt;&lt;p&gt;当前电池容量 = 上一次计算电池容量 - 采集次数 * 采集功耗 - 上报功耗 - 容降功耗&amp;nbsp;&lt;/p&gt;&lt;p&gt;采集次数 = (本次采集时间 - 上一次采集时间)秒 / 采样间隔(秒)&lt;/p&gt;&lt;p&gt;容降功耗 = 电池容量（减损后）* 2% / 365 / 24&amp;nbsp; /60* (本次采集时间 - 上一次采集时间)分钟&lt;/p&gt;&lt;p&gt;&lt;br&gt;&lt;/p&gt;" vertex="1">
          <mxGeometry height="250" width="760" x="370" y="750" as="geometry" />
        </mxCell>
        <mxCell id="PJUP-OBpyC3OTBr9TddZ-63" parent="1" style="text;html=1;whiteSpace=wrap;strokeColor=none;fillColor=none;align=center;verticalAlign=middle;rounded=0;" value="&lt;h1 style=&quot;text-align: left; margin-top: 0px;&quot;&gt;设备电池电量配置信息&lt;/h1&gt;" vertex="1">
          <mxGeometry height="30" width="250" x="370" y="345" as="geometry" />
        </mxCell>
-         <mxCell id="PJUP-OBpyC3OTBr9TddZ-64" parent="1" style="text;html=1;whiteSpace=wrap;overflow=hidden;rounded=0;" value="&lt;h1 style=&quot;margin-top: 0px;&quot;&gt;电池电量表数据初始化&lt;/h1&gt;&lt;p&gt;1.新的设备：设备注册时，获取设备电池配置表的参数，直接生成相关数据&lt;/p&gt;&lt;p&gt;2.老的设备：获取设备初次上报的时间，以及最后上报的参数信息，通过电量损耗估算公式，生成相关记录&lt;/p&gt;" vertex="1">
+         <mxCell id="PJUP-OBpyC3OTBr9TddZ-64" parent="1" style="text;html=1;whiteSpace=wrap;overflow=hidden;rounded=0;" value="&lt;h1 style=&quot;margin-top: 0px;&quot;&gt;电池电量表数据初始化&lt;/h1&gt;&lt;p&gt;1.新的设备：设备注册时，获取设备电池配置表的参数，直接生成相关数据&lt;/p&gt;&lt;p&gt;2.老的设备：获取&lt;span style=&quot;background-color: transparent; color: light-dark(rgb(0, 0, 0), rgb(255, 255, 255));&quot;&gt;设备电池配置表的参数，同时获取&lt;/span&gt;&lt;span style=&quot;background-color: transparent; color: light-dark(rgb(0, 0, 0), rgb(255, 255, 255));&quot;&gt;设备初次上报的时间，以及最后上报的参数信息，通过电量损耗估算公式，生成相关记录&lt;/span&gt;&lt;/p&gt;" vertex="1">
          <mxGeometry height="165" width="610" x="370" y="1015" as="geometry" />
        </mxCell>
      </root>
    </mxGraphModel>
  </diagram>
</mxfile>
